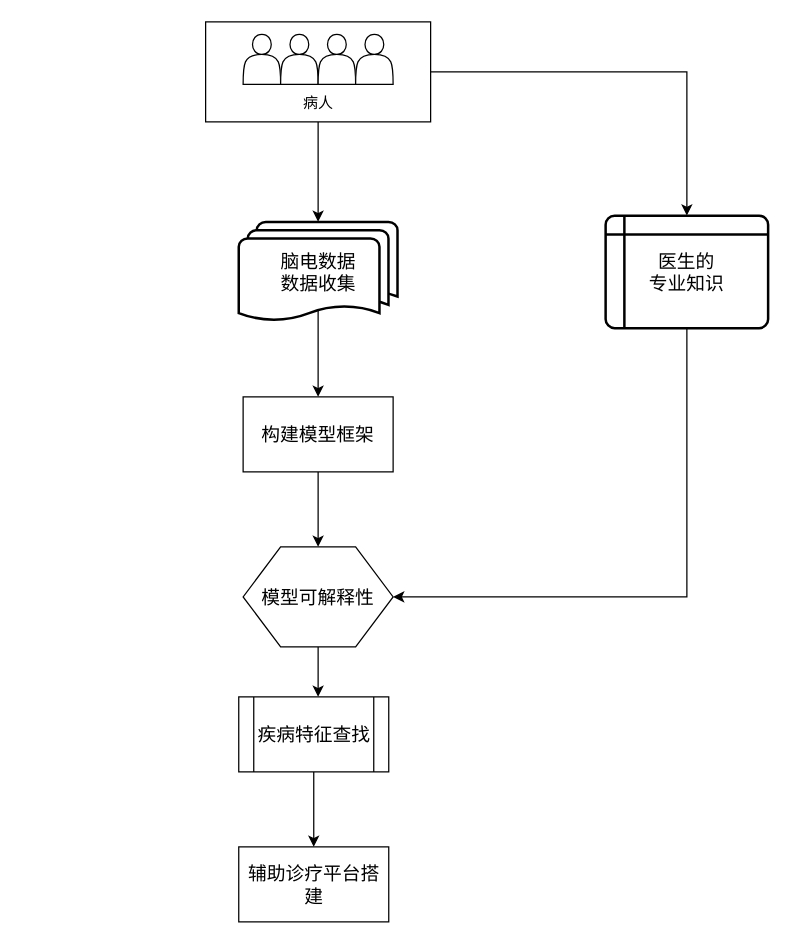
Above: 毕业论文图表/开题报告图表/开题报告流程图.drawio in chenjin/Paper (draw.io), before the change. Source tidied: cells renumbered, new cells numbered last; positions are measured from the earlier drawing's top-left corner, leaving out a move shared by most shapes. Both pictures are drawn from the tidied source at 125%, with x=0, y=0 at pixel (205, 21).
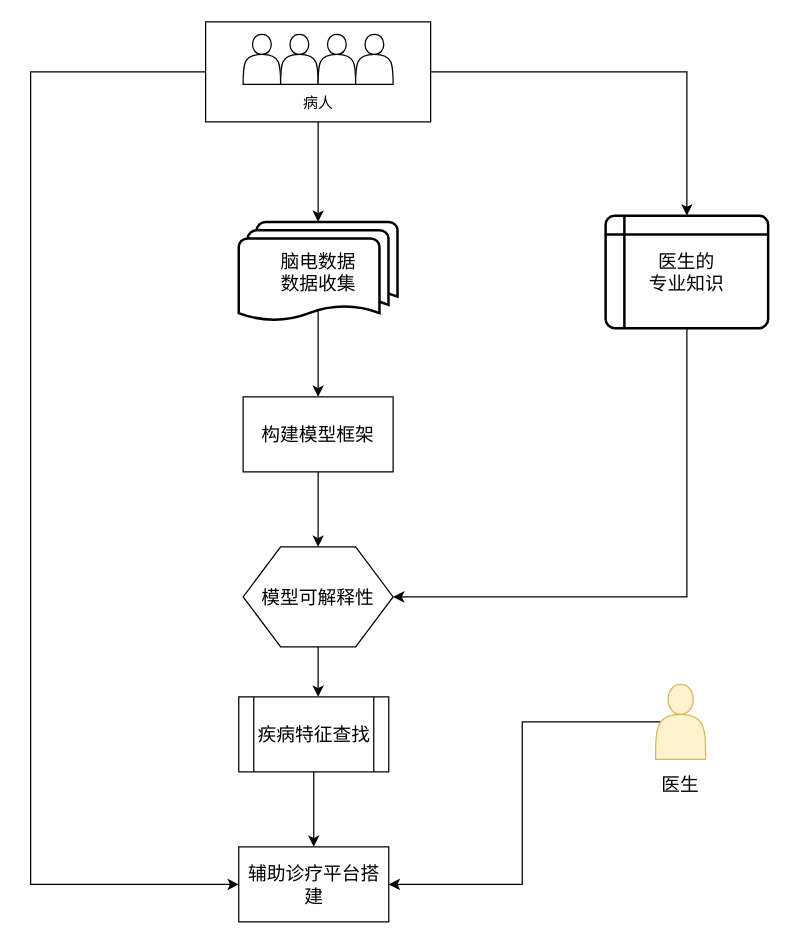
The same page after the edit.

Commit message:
Update 开题报告流程图.drawio

The change refers to these unchanged cells:
```xml
<mxCell id="10" style="rounded=0;whiteSpace=wrap;html=1;fillColor=none;" parent="4" vertex="1">
  <mxGeometry width="180" height="80" as="geometry" />
</mxCell>
<mxCell id="22" value="&lt;font style=&quot;font-size: 15px&quot;&gt;辅助诊疗平台搭建&lt;br&gt;&lt;/font&gt;" style="rounded=0;whiteSpace=wrap;html=1;fillColor=none;" parent="1" vertex="1">
  <mxGeometry x="26.5" y="660" width="120" height="60" as="geometry" />
</mxCell>
```

Diff of the diagram source:
```diff
@@
+    <mxCell id="23" style="edgeStyle=orthogonalEdgeStyle;rounded=0;jettySize=auto;html=1;exitX=0;exitY=0.5;exitDx=0;exitDy=0;entryX=0;entryY=0.5;entryDx=0;entryDy=0;" parent="1" edge="1" source="10" target="22">
+      <mxGeometry relative="1" as="geometry">
+        <Array as="points">
+          <mxPoint x="-140" y="40" />
+          <mxPoint x="-140" y="690" />
+        </Array>
+      </mxGeometry>
+    </mxCell>
+    <mxCell id="24" style="edgeStyle=orthogonalEdgeStyle;rounded=0;jettySize=auto;html=1;exitX=0.1;exitY=0.5;exitDx=0;exitDy=0;exitPerimeter=0;entryX=1;entryY=0.5;entryDx=0;entryDy=0;" parent="1" edge="1" source="26" target="22">
+      <mxGeometry relative="1" as="geometry" />
+    </mxCell>
+    <mxCell id="25" style="group;" parent="1" vertex="1">
+      <mxGeometry x="320" y="530" width="120" height="110" as="geometry" />
+    </mxCell>
+    <mxCell id="26" style="shape=actor;whiteSpace=wrap;html=1;fillColor=#fff2cc;strokeColor=#d6b656;" parent="25" vertex="1">
+      <mxGeometry x="40" width="40" height="60" as="geometry" />
+    </mxCell>
+    <mxCell id="27" value="&lt;font style=&quot;font-size: 15px&quot;&gt;医生&lt;/font&gt;" style="rounded=0;whiteSpace=wrap;html=1;strokeColor=none;fillColor=none;" parent="25" vertex="1">
+      <mxGeometry y="50" width="120" height="60" as="geometry" />
+    </mxCell>
```
